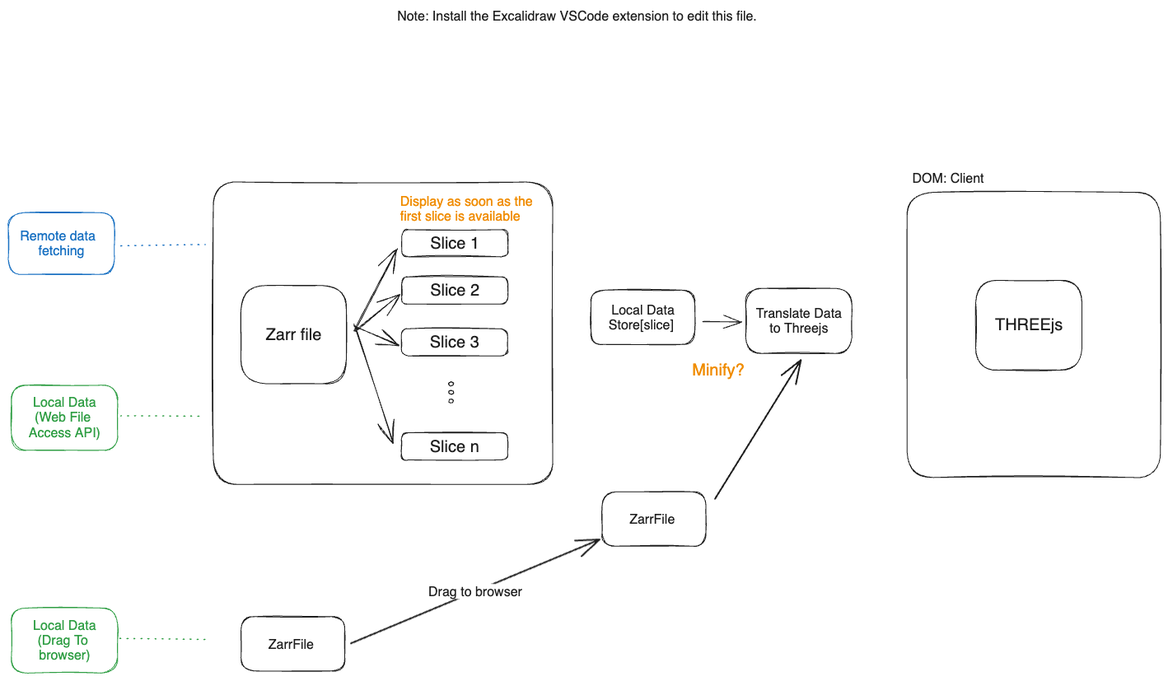
Before: DIAGRAM.excalidraw.png, a diagram exported from Excalidraw (NLeSC/zarrviz). Source tidied: one line per element, renumbered; positions are measured from the earlier drawing's top-left corner, leaving out a move shared by most shapes.
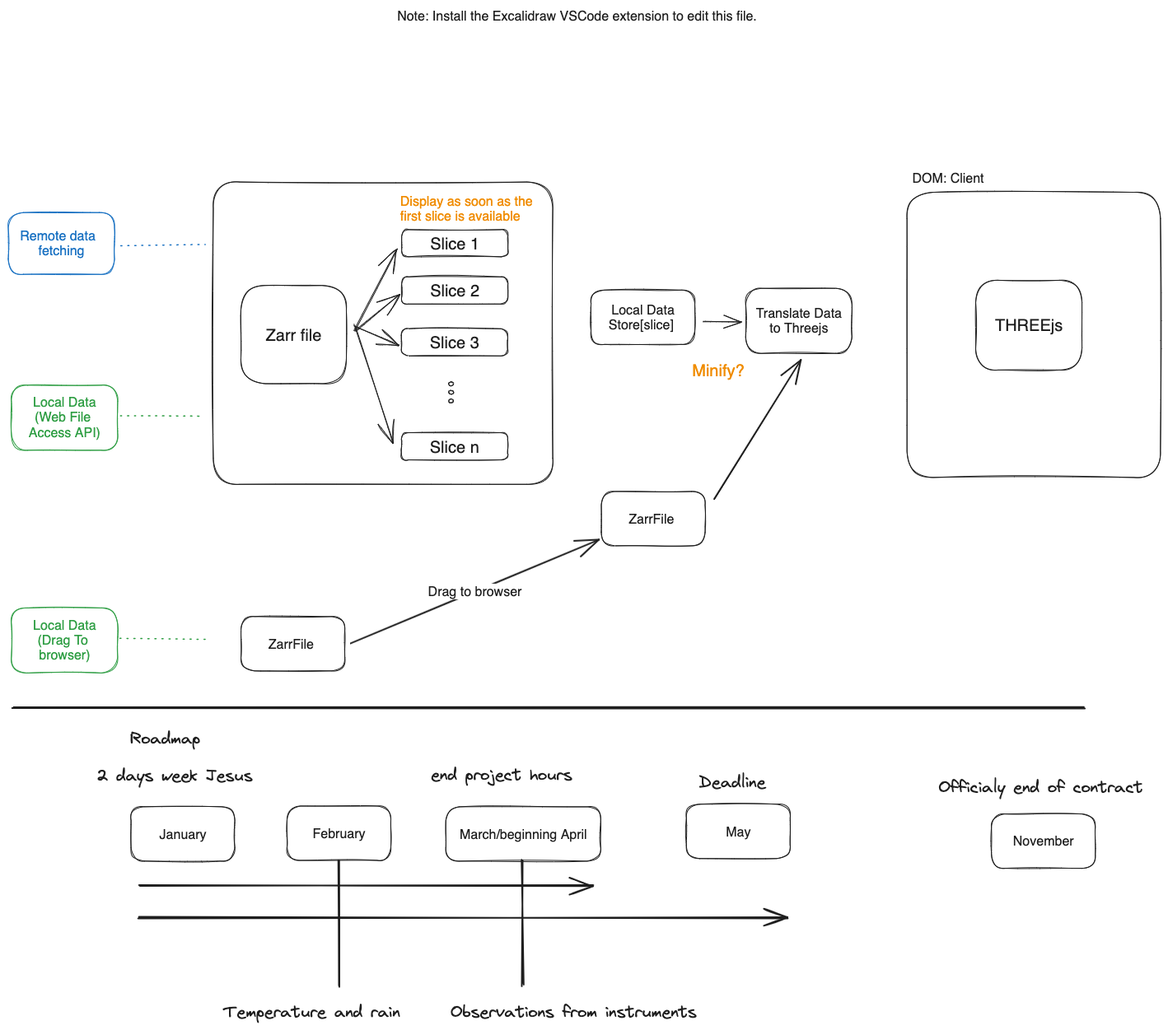
After the change.

Commit message:
Add ignoredPullRequestBranches configuration to settings.json

Change to the diagram source:
```diff
@@ -36,11 +36,33 @@
 {"id": 35, "type": "text", "text": "Minify?", "strokeColor": "#f08c00", "strokeWidth": 1, "roughness": 1, "fontSize": 20, "fontFamily": 2, "x": 830, "y": 428, "width": 63, "height": 23}
 {"id": 36, "type": "rectangle", "strokeColor": "#1e1e1e", "strokeWidth": 1, "roughness": 1, "round": true, "x": 283, "y": 739, "width": 126, "height": 66}
 {"id": 37, "type": "text", "text": "ZarrFile ", "strokeColor": "#1e1e1e", "strokeWidth": 1, "roughness": 1, "fontSize": 16, "fontFamily": 2, "textAlign": "center", "verticalAlign": "middle", "inside": 36, "x": 316, "y": 763, "width": 60, "height": 18}
-{"id": 38, "type": "rectangle", "strokeColor": "#1e1e1e", "strokeWidth": 1, "roughness": 1, "round": true, "x": 721, "y": 587, "width": 126, "height": 66}
-{"id": 39, "type": "text", "text": "ZarrFile ", "strokeColor": "#1e1e1e", "strokeWidth": 1, "roughness": 1, "fontSize": 16, "fontFamily": 2, "textAlign": "center", "verticalAlign": "middle", "inside": 38, "x": 754, "y": 611, "width": 60, "height": 18}
+{"id": 46, "type": "rectangle", "strokeColor": "#1e1e1e", "strokeWidth": 1, "roughness": 1, "round": true, "x": 720, "y": 587, "width": 126, "height": 66}
+{"id": 47, "type": "text", "text": "ZarrFile ", "strokeColor": "#1e1e1e", "strokeWidth": 1, "roughness": 1, "fontSize": 16, "fontFamily": 2, "textAlign": "center", "verticalAlign": "middle", "inside": 46, "x": 753, "y": 611, "width": 60, "height": 18}
-{"id": 40, "type": "arrow", "strokeColor": "#1e1e1e", "strokeWidth": 2, "roughness": 0, "endArrowhead": "arrow", "round": true, "from": 36, "to": 38, "x": 416, "y": 771, "width": 302, "height": 126, "points": [[0, 0], [302, -126]]}
+{"id": 40, "type": "arrow", "strokeColor": "#1e1e1e", "strokeWidth": 2, "roughness": 0, "endArrowhead": "arrow", "round": true, "from": 36, "to": 46, "x": 416, "y": 771, "width": 301, "height": 126, "points": [[0, 0], [301, -126]]}
 {"id": 41, "type": "text", "text": "Drag to browser", "strokeColor": "#1e1e1e", "strokeWidth": 2, "roughness": 1, "fontSize": 16, "fontFamily": 2, "textAlign": "center", "verticalAlign": "middle", "inside": 40, "x": 539, "y": 734, "width": 114, "height": 18}
-{"id": 42, "type": "arrow", "strokeColor": "#1e1e1e", "strokeWidth": 2, "roughness": 0, "endArrowhead": "arrow", "round": true, "from": 38, "to": 17, "x": 858, "y": 596, "width": 104, "height": 169, "points": [[0, 0], [104, -169]]}
+{"id": 42, "type": "arrow", "strokeColor": "#1e1e1e", "strokeWidth": 2, "roughness": 0, "endArrowhead": "arrow", "round": true, "from": 46, "to": 17, "x": 857, "y": 596, "width": 105, "height": 169, "points": [[0, 0], [105, -169]]}
 {"id": 43, "type": "rectangle", "strokeColor": "#2f9e44", "strokeWidth": 1, "roughness": 1, "round": true, "x": 4, "y": 728, "width": 129, "height": 79}
 {"id": 44, "type": "text", "text": "Local Data\n(Drag To \nbrowser)", "strokeColor": "#2f9e44", "strokeWidth": 1, "roughness": 1, "fontSize": 16, "fontFamily": 2, "textAlign": "center", "verticalAlign": "middle", "inside": 43, "x": 30, "y": 740, "width": 76, "height": 55}
 {"id": 45, "type": "line", "strokeColor": "#2f9e44", "strokeWidth": 1, "strokeStyle": "dotted", "roughness": 1, "round": true, "x": 136, "y": 766, "width": 103, "height": 0, "points": [[0, 0], [103, 0]]}
+{"id": 48, "type": "rectangle", "strokeColor": "#1e1e1e", "strokeWidth": 1, "roughness": 1, "round": true, "x": 1194, "y": 979, "width": 126, "height": 66}
+{"id": 49, "type": "text", "text": "November", "strokeColor": "#1e1e1e", "strokeWidth": 1, "roughness": 1, "fontSize": 16, "fontFamily": 2, "textAlign": "center", "verticalAlign": "middle", "inside": 48, "x": 1220, "y": 1002, "width": 74, "height": 18}
+{"id": 50, "type": "rectangle", "strokeColor": "#1e1e1e", "strokeWidth": 1, "roughness": 1, "round": true, "x": 823, "y": 967, "width": 126, "height": 66}
+{"id": 51, "type": "text", "text": "May", "strokeColor": "#1e1e1e", "strokeWidth": 1, "roughness": 1, "fontSize": 16, "fontFamily": 2, "textAlign": "center", "verticalAlign": "middle", "inside": 50, "x": 871, "y": 991, "width": 30, "height": 18}
+{"id": 52, "type": "rectangle", "strokeColor": "#1e1e1e", "strokeWidth": 1, "roughness": 1, "round": true, "x": 531, "y": 970, "width": 188, "height": 66}
+{"id": 53, "type": "text", "text": "March/beginning April", "strokeColor": "#1e1e1e", "strokeWidth": 1, "roughness": 1, "fontSize": 16, "fontFamily": 2, "textAlign": "center", "verticalAlign": "middle", "inside": 52, "x": 548, "y": 994, "width": 155, "height": 18}
+{"id": 54, "type": "rectangle", "strokeColor": "#1e1e1e", "strokeWidth": 1, "roughness": 1, "round": true, "x": 149, "y": 970, "width": 126, "height": 66}
+{"id": 55, "type": "text", "text": "January", "strokeColor": "#1e1e1e", "strokeWidth": 1, "roughness": 1, "fontSize": 16, "fontFamily": 2, "textAlign": "center", "verticalAlign": "middle", "inside": 54, "x": 184, "y": 994, "width": 57, "height": 18}
+{"id": 56, "type": "arrow", "strokeColor": "#1e1e1e", "strokeWidth": 2, "roughness": 1, "endArrowhead": "arrow", "round": true, "x": 159, "y": 1065, "width": 551, "height": 0, "points": [[0, 0], [551, 0]]}
+{"id": 57, "type": "arrow", "strokeColor": "#1e1e1e", "strokeWidth": 2, "roughness": 1, "endArrowhead": "arrow", "round": true, "x": 158, "y": 1105, "width": 788, "height": 0, "points": [[0, 0], [788, 0]]}
+{"id": 58, "type": "text", "text": "Deadline", "strokeColor": "#1e1e1e", "strokeWidth": 2, "roughness": 1, "fontSize": 20, "fontFamily": 1, "x": 838, "y": 928, "width": 81, "height": 25}
+{"id": 59, "type": "text", "text": "end project hours", "strokeColor": "#1e1e1e", "strokeWidth": 2, "roughness": 1, "fontSize": 20, "fontFamily": 1, "x": 513, "y": 919, "width": 172, "height": 25}
+{"id": 60, "type": "text", "text": "2 days week Jesus", "strokeColor": "#1e1e1e", "strokeWidth": 2, "roughness": 1, "fontSize": 20, "fontFamily": 1, "x": 107, "y": 920, "width": 190, "height": 25}
+{"id": 61, "type": "text", "text": "Roadmap", "strokeColor": "#1e1e1e", "strokeWidth": 2, "roughness": 1, "fontSize": 20, "fontFamily": 1, "x": 148, "y": 875, "width": 85, "height": 25}
+{"id": 62, "type": "line", "strokeColor": "#1e1e1e", "strokeWidth": 2, "roughness": 1, "round": true, "x": 6, "y": 850, "width": 1302, "height": 0, "points": [[0, 0], [1302, 0]]}
+{"id": 63, "type": "text", "text": "Officialy end of contract", "strokeColor": "#1e1e1e", "strokeWidth": 2, "roughness": 1, "fontSize": 20, "fontFamily": 1, "x": 1130, "y": 934, "width": 248, "height": 25}
+{"id": 64, "type": "text", "text": "Temperature and rain ", "strokeColor": "#1e1e1e", "strokeWidth": 2, "roughness": 1, "fontSize": 20, "fontFamily": 1, "x": 261, "y": 1207, "width": 224, "height": 25}
+{"id": 38, "type": "rectangle", "strokeColor": "#1e1e1e", "strokeWidth": 1, "roughness": 1, "round": true, "x": 339, "y": 969, "width": 126, "height": 66}
+{"id": 39, "type": "text", "text": "February", "strokeColor": "#1e1e1e", "strokeWidth": 1, "roughness": 1, "fontSize": 16, "fontFamily": 2, "textAlign": "center", "verticalAlign": "middle", "inside": 38, "x": 370, "y": 993, "width": 64, "height": 18}
+{"id": 65, "type": "line", "strokeColor": "#1e1e1e", "strokeWidth": 2, "roughness": 1, "round": true, "x": 401, "y": 1035, "width": 0, "height": 153, "points": [[0, 0], [0, 153]]}
+{"id": 66, "type": "line", "strokeColor": "#1e1e1e", "strokeWidth": 2, "roughness": 1, "round": true, "x": 624, "y": 1035, "width": 0, "height": 153, "points": [[0, 0], [0, 153]]}
+{"id": 67, "type": "text", "text": "Observations from instruments", "strokeColor": "#1e1e1e", "strokeWidth": 2, "roughness": 1, "fontSize": 20, "fontFamily": 1, "x": 537, "y": 1207, "width": 299, "height": 25}
```
